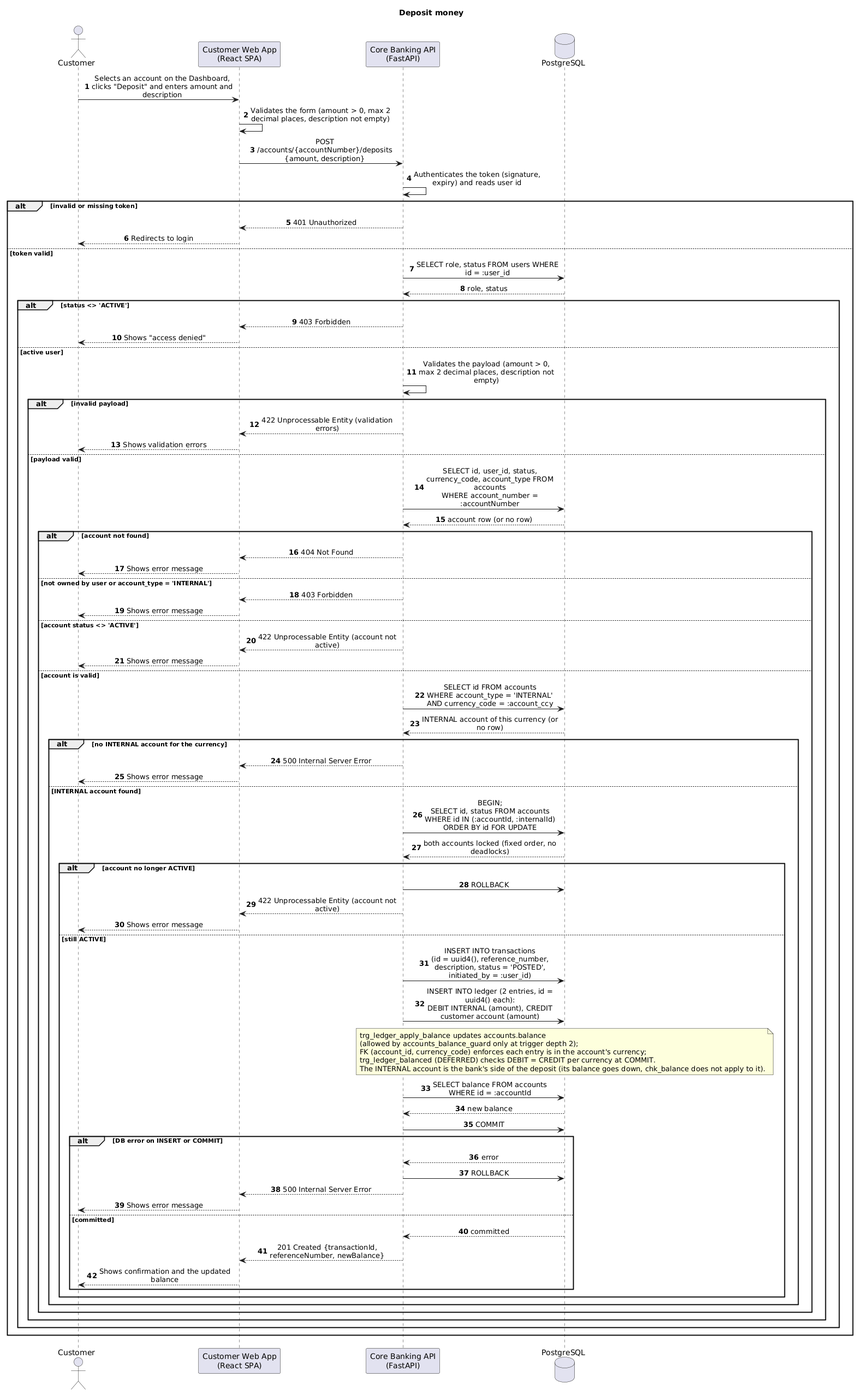
Earlier version of the PlantUML export docs/sequence_diagrams/png/deposit_money_sequence.png (K0D1Z/software-engineering-project).
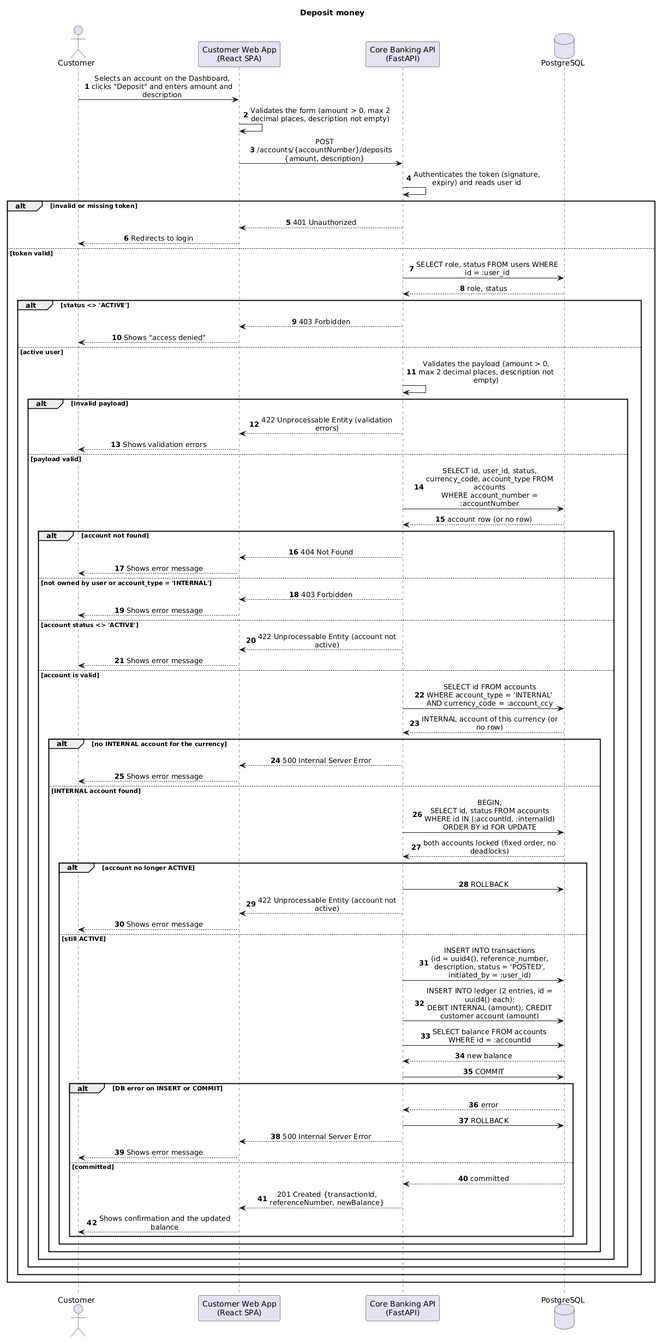
Above is the later version.

The edit, as a diff of the source:
```diff
@@ -57,13 +57,6 @@
                     else still ACTIVE
                         api -> db : INSERT INTO transactions\n(id = uuid4(), reference_number, description, status = 'POSTED', initiated_by = :user_id)
                         api -> db : INSERT INTO ledger (2 entries, id = uuid4() each):\nDEBIT INTERNAL (amount), CREDIT customer account (amount)
-                        note over db
-                            trg_ledger_apply_balance updates accounts.balance
-                            (allowed by accounts_balance_guard only at trigger depth 2);
-                            FK (account_id, currency_code) enforces each entry is in the account's currency;
-                            trg_ledger_balanced (DEFERRED) checks DEBIT = CREDIT per currency at COMMIT.
-                            The INTERNAL account is the bank's side of the deposit (its balance goes down, chk_balance does not apply to it).
-                        end note
                         api -> db : SELECT balance FROM accounts WHERE id = :accountId
                         db --> api : new balance
                         api -> db : COMMIT
```
